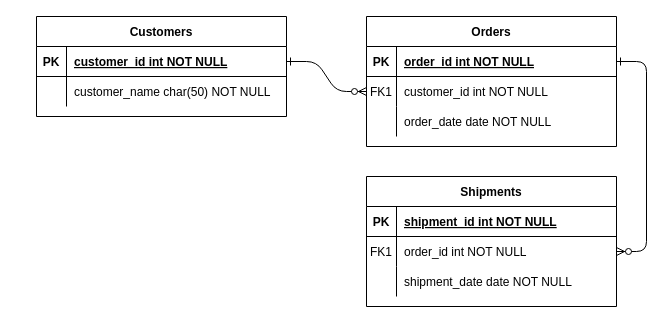
Above: Untitled Diagram.drawio in AISWARYAJAYADAS/Assignment (draw.io), before the change. Source tidied: cells renumbered, new cells numbered last; positions are measured from the earlier drawing's top-left corner, leaving out a move shared by most shapes. Both pictures are drawn from the tidied source at 100%, with x=0, y=0 at pixel (36, 16).
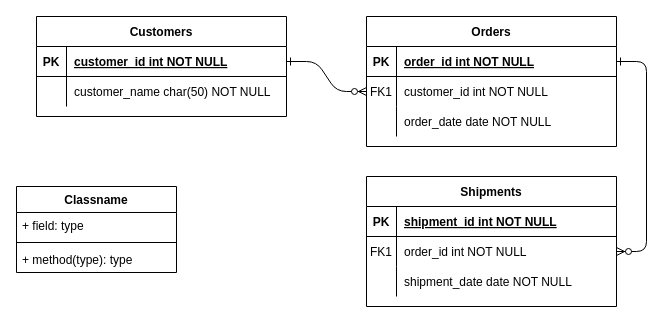
After the change.

The edit, as a diff of the source:
```diff
@@
+    <mxCell id="31" value="Classname" style="swimlane;fontStyle=1;align=center;verticalAlign=top;horizontal=1;startSize=26;" parent="1" vertex="1">
+      <mxGeometry x="-20" y="170" width="160" height="86" as="geometry" />
+    </mxCell>
+    <mxCell id="32" value="+ field: type" style="text;strokeColor=none;fillColor=none;align=left;verticalAlign=top;spacingLeft=4;spacingRight=4;overflow=hidden;" parent="31" vertex="1">
+      <mxGeometry y="26" width="160" height="26" as="geometry" />
+    </mxCell>
+    <mxCell id="33" style="line;strokeWidth=1;fillColor=none;align=left;verticalAlign=middle;spacingTop=-1;spacingLeft=3;spacingRight=3;labelPosition=right;" parent="31" vertex="1">
+      <mxGeometry y="52" width="160" height="8" as="geometry" />
+    </mxCell>
+    <mxCell id="34" value="+ method(type): type" style="text;strokeColor=none;fillColor=none;align=left;verticalAlign=top;spacingLeft=4;spacingRight=4;overflow=hidden;" parent="31" vertex="1">
+      <mxGeometry y="60" width="160" height="26" as="geometry" />
+    </mxCell>
```
